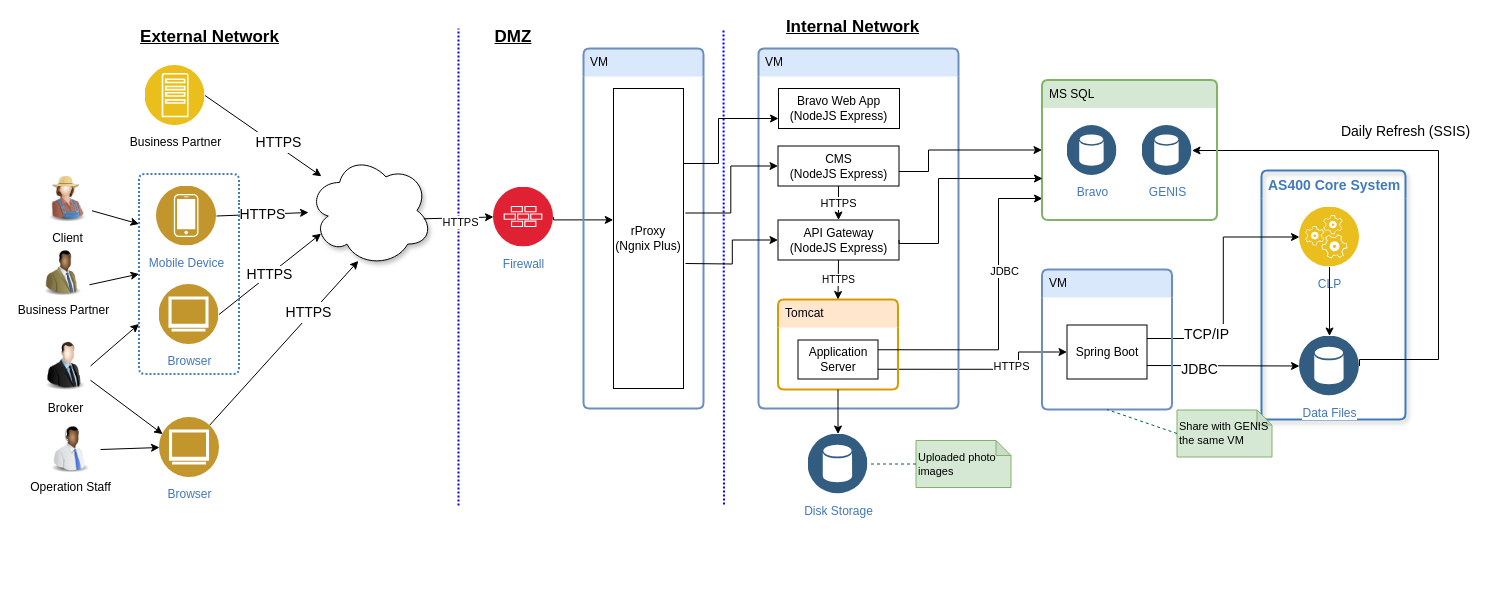
This is page "Physical Deployment" (2 of 2) of Bravo_Architecture (8).drawio from whalebig27/change-request-process-diagram, a draw.io file, before an edit. Source tidied: cells renumbered, new cells numbered last; positions are measured from the earlier drawing's top-left corner, leaving out a move shared by most shapes. Both pictures are drawn from the tidied source at 100%, with x=0, y=0 at pixel (36, 17).
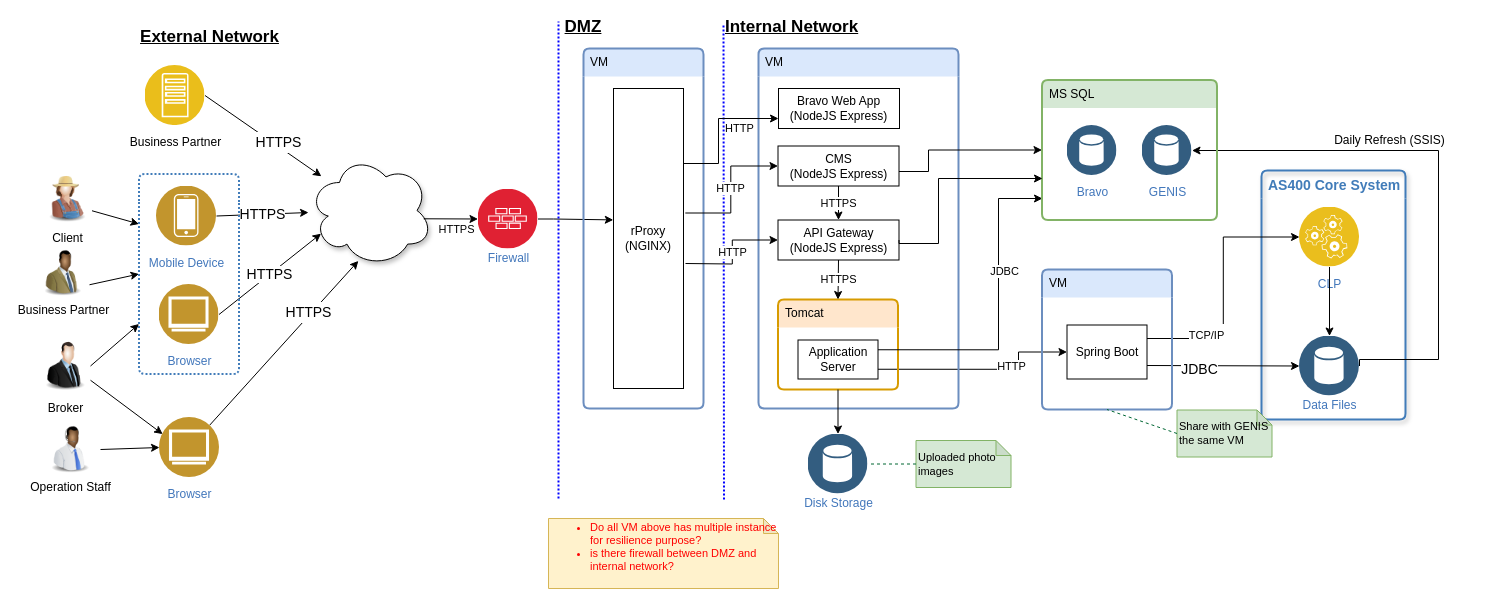
Above is the later version.

The change refers to these unchanged cells:
```xml
<mxCell id="12" value="&lt;b&gt;&lt;font style=&quot;font-size: 14px&quot;&gt;AS400 Core System&lt;/font&gt;&lt;/b&gt;" style="swimlane;fontStyle=0;horizontal=1;startSize=28;swimlaneLine=0;swimlaneFillColor=none;fillColor=none;rounded=1;whiteSpace=wrap;html=1;absoluteArcSize=1;arcSize=12;strokeColor=#417CB9;fontColor=#417CB9;verticalAlign=top;align=left;spacingLeft=5;dashed=0;strokeWidth=2;shadow=1;" parent="1" vertex="1">
  <mxGeometry x="1225" y="153" width="144" height="249" as="geometry" />
</mxCell>
<mxCell id="18" style="rounded=0;jettySize=auto;html=1;entryX=0;entryY=0.5;entryDx=0;entryDy=0;exitX=1;exitY=0.25;exitDx=0;exitDy=0;edgeStyle=orthogonalEdgeStyle;fontSize=11;" parent="1" edge="1" source="49" target="14">
  <mxGeometry relative="1" as="geometry" />
</mxCell>
<mxCell id="34" value="VM" style="swimlane;fontStyle=0;horizontal=1;startSize=28;swimlaneLine=0;swimlaneFillColor=none;fillColor=#dae8fc;rounded=1;whiteSpace=wrap;html=1;absoluteArcSize=1;arcSize=12;strokeColor=#6c8ebf;verticalAlign=top;align=left;spacingLeft=5;dashed=0;strokeWidth=2;" parent="1" vertex="1">
  <mxGeometry x="547" y="31" width="120" height="360" as="geometry" />
</mxCell>
<mxCell id="36" style="edgeStyle=orthogonalEdgeStyle;rounded=0;jettySize=auto;html=1;entryX=0;entryY=0.5;entryDx=0;entryDy=0;exitX=1;exitY=0.75;exitDx=0;exitDy=0;" parent="1" edge="1" source="41" target="49">
  <mxGeometry relative="1" as="geometry">
    <Array as="points">
      <mxPoint x="982" y="352" />
      <mxPoint x="982" y="335" />
    </Array>
  </mxGeometry>
</mxCell>
<mxCell id="38" value="VM" style="swimlane;fontStyle=0;horizontal=1;startSize=28;swimlaneLine=0;swimlaneFillColor=none;fillColor=#dae8fc;rounded=1;whiteSpace=wrap;html=1;absoluteArcSize=1;arcSize=12;strokeColor=#6c8ebf;verticalAlign=top;align=left;spacingLeft=5;dashed=0;strokeWidth=2;shadow=0;dashPattern=1 1;" parent="1" vertex="1">
  <mxGeometry x="722" y="31" width="200" height="360" as="geometry" />
</mxCell>
<mxCell id="39" value="&lt;span&gt;API Gateway&lt;/span&gt;&lt;br&gt;(NodeJS Express)&lt;br&gt;" style="rounded=0;whiteSpace=wrap;html=1;" parent="38" vertex="1">
  <mxGeometry x="19.5" y="171.5" width="121" height="40" as="geometry" />
</mxCell>
<mxCell id="40" value="Tomcat" style="swimlane;fontStyle=0;horizontal=1;startSize=28;swimlaneLine=0;swimlaneFillColor=none;fillColor=#ffe6cc;rounded=1;whiteSpace=wrap;html=1;absoluteArcSize=1;arcSize=12;strokeColor=#d79b00;verticalAlign=top;align=left;spacingLeft=5;dashed=0;strokeWidth=2;" parent="38" vertex="1">
  <mxGeometry x="19.5" y="251" width="120" height="90" as="geometry" />
</mxCell>
<mxCell id="45" value="CMS&lt;br&gt;(NodeJS Express)&lt;br&gt;" style="rounded=0;whiteSpace=wrap;html=1;" parent="38" vertex="1">
  <mxGeometry x="19.5" y="97.5" width="121" height="40" as="geometry" />
</mxCell>
<mxCell id="52" style="edgeStyle=orthogonalEdgeStyle;rounded=0;jettySize=auto;html=1;exitX=1;exitY=0.5;exitDx=0;exitDy=0;entryX=1;entryY=0.5;entryDx=0;entryDy=0;" parent="1" edge="1" source="13" target="62">
  <mxGeometry relative="1" as="geometry">
    <Array as="points">
      <mxPoint x="1402" y="342" />
      <mxPoint x="1402" y="133" />
    </Array>
  </mxGeometry>
</mxCell>
<mxCell id="55" style="rounded=0;jettySize=auto;html=1;entryX=0;entryY=0.5;entryDx=0;entryDy=0;exitX=0.929;exitY=0.574;exitDx=0;exitDy=0;exitPerimeter=0;" parent="1" edge="1" source="54" target="31">
  <mxGeometry relative="1" as="geometry" />
</mxCell>
```

The edit, as a diff of the source:
```diff
@@
-    <mxCell id="13" value="Data Files" style="perimeter=ellipsePerimeter;html=1;align=center;shadow=0;dashed=0;fontColor=#4277BB;labelBackgroundColor=#ffffff;fontSize=12;spacingTop=3;image;image=img/lib/ibm/data/data_services.svg;strokeColor=#0000CC;strokeWidth=1;" parent="12" vertex="1">
+    <mxCell id="13" value="Data Files" style="perimeter=ellipsePerimeter;html=1;align=center;shadow=0;dashed=0;fontColor=#4277BB;labelBackgroundColor=#ffffff;fontSize=12;spacingTop=-5;image;image=img/lib/ibm/data/data_services.svg;strokeColor=#0000CC;strokeWidth=1;" parent="12" vertex="1">
       <mxGeometry x="38" y="165.5" width="60" height="60" as="geometry" />
     </mxCell>
@@
-    <mxCell id="19" value="&lt;font style=&quot;font-size: 14px&quot;&gt;TCP/IP&lt;/font&gt;" style="text;html=1;align=center;verticalAlign=middle;labelBackgroundColor=#ffffff;fontSize=17;" parent="18" vertex="1">
+    <mxCell id="19" value="&lt;font style=&quot;font-size: 11px&quot;&gt;TCP/IP&lt;/font&gt;" style="text;html=1;align=center;verticalAlign=middle;labelBackgroundColor=#ffffff;fontSize=17;" parent="18" vertex="1">
       <mxGeometry x="-0.36" y="18" relative="1" as="geometry">
         <mxPoint x="1" as="offset" />
       </mxGeometry>
     </mxCell>
@@
-    <mxCell id="31" value="Firewall" style="perimeter=ellipsePerimeter;html=1;align=center;shadow=0;dashed=0;fontColor=#4277BB;labelBackgroundColor=#ffffff;fontSize=12;spacingTop=3;image;image=img/lib/ibm/security/firewall.svg;dashPattern=1 1;strokeColor=#0000CC;strokeWidth=2;" parent="1" vertex="1">
-      <mxGeometry x="457" y="169.5" width="60" height="60" as="geometry" />
+    <mxCell id="31" value="Firewall" style="perimeter=ellipsePerimeter;html=1;align=center;shadow=0;dashed=0;fontColor=#4277BB;labelBackgroundColor=#ffffff;fontSize=12;spacingTop=-5;image;image=img/lib/ibm/security/firewall.svg;dashPattern=1 1;strokeColor=#0000CC;strokeWidth=2;" parent="1" vertex="1">
+      <mxGeometry x="441.5" y="171.5" width="60" height="60" as="geometry" />
     </mxCell>
     <mxCell id="32" style="endArrow=none;dashed=1;html=1;strokeWidth=2;dashPattern=1 1;strokeColor=#0000FF;" parent="1" edge="1">
       <mxGeometry relative="1" as="geometry">
-        <mxPoint x="422" y="488" as="sourcePoint" />
-        <mxPoint x="422" y="11" as="targetPoint" />
+        <mxPoint x="522" y="481" as="sourcePoint" />
+        <mxPoint x="522" y="4" as="targetPoint" />
       </mxGeometry>
     </mxCell>
     <mxCell id="33" style="endArrow=none;dashed=1;html=1;strokeWidth=2;dashPattern=1 1;strokeColor=#0000FF;" parent="1" edge="1">
       <mxGeometry relative="1" as="geometry">
-        <mxPoint x="687.5" y="487" as="sourcePoint" />
-        <mxPoint x="687" y="11" as="targetPoint" />
+        <mxPoint x="687.5" y="482" as="sourcePoint" />
+        <mxPoint x="687" y="6" as="targetPoint" />
       </mxGeometry>
     </mxCell>
@@
-    <mxCell id="35" value="&lt;span&gt;rProxy&lt;/span&gt;&lt;br&gt;&lt;span&gt;(Ngnix Plus)&lt;/span&gt;" style="rounded=0;whiteSpace=wrap;html=1;" parent="34" vertex="1">
+    <mxCell id="35" value="&lt;span&gt;rProxy&lt;/span&gt;&lt;br&gt;&lt;span&gt;(NGINX)&lt;/span&gt;" style="rounded=0;whiteSpace=wrap;html=1;" parent="34" vertex="1">
       <mxGeometry x="30" y="40" width="70" height="300" as="geometry" />
     </mxCell>
@@
-    <mxCell id="37" value="&lt;font style=&quot;font-size: 11px;&quot;&gt;HTTPS&lt;/font&gt;" style="text;html=1;align=center;verticalAlign=middle;labelBackgroundColor=#ffffff;fontSize=11;" parent="36" vertex="1">
+    <mxCell id="37" value="&lt;font style=&quot;font-size: 11px&quot;&gt;HTTP&lt;/font&gt;" style="text;html=1;align=center;verticalAlign=middle;labelBackgroundColor=#ffffff;fontSize=11;" parent="36" vertex="1">
       <mxGeometry x="0.28" y="3" relative="1" as="geometry">
         <mxPoint x="1" as="offset" />
       </mxGeometry>
     </mxCell>
@@
-    <mxCell id="42" value="&lt;font style=&quot;font-size: 10px;&quot;&gt;HTTPS&lt;/font&gt;" style="edgeStyle=orthogonalEdgeStyle;rounded=0;jettySize=auto;html=1;entryX=0.5;entryY=0;entryDx=0;entryDy=0;exitX=0.5;exitY=1;exitDx=0;exitDy=0;fontSize=10;" parent="38" edge="1" source="39" target="40">
+    <mxCell id="42" value="&lt;font style=&quot;font-size: 11px;&quot;&gt;HTTPS&lt;/font&gt;" style="edgeStyle=orthogonalEdgeStyle;rounded=0;jettySize=auto;html=1;entryX=0.5;entryY=0;entryDx=0;entryDy=0;exitX=0.5;exitY=1;exitDx=0;exitDy=0;fontSize=11;" parent="38" edge="1" source="39" target="40">
       <mxGeometry relative="1" as="geometry" />
     </mxCell>
@@
     <mxCell id="46" value="&lt;font style=&quot;font-size: 17px;&quot;&gt;DMZ&lt;/font&gt;" style="text;html=1;strokeColor=none;fillColor=none;align=center;verticalAlign=middle;whiteSpace=wrap;rounded=0;fontSize=17;fontStyle=5;" parent="1" vertex="1">
-      <mxGeometry x="457" y="10" width="40" height="20" as="geometry" />
+      <mxGeometry x="527" width="40" height="20" as="geometry" />
     </mxCell>
-    <mxCell id="47" value="&lt;font style=&quot;font-size: 17px;&quot;&gt;Internal Network&lt;/font&gt;" style="text;html=1;strokeColor=none;fillColor=none;align=center;verticalAlign=middle;whiteSpace=wrap;rounded=0;fontSize=17;fontStyle=5;" parent="1" vertex="1">
-      <mxGeometry x="712" width="209" height="20" as="geometry" />
+    <mxCell id="47" value="&lt;font style=&quot;font-size: 17px;&quot;&gt;Internal Network&lt;/font&gt;" style="text;html=1;strokeColor=none;fillColor=none;align=left;verticalAlign=middle;whiteSpace=wrap;rounded=0;fontSize=17;fontStyle=5;" parent="1" vertex="1">
+      <mxGeometry x="687" width="165" height="20" as="geometry" />
     </mxCell>
@@
-    <mxCell id="53" value="&lt;font style=&quot;font-size: 14px&quot;&gt;Daily Refresh (SSIS)&lt;/font&gt;" style="text;html=1;align=center;verticalAlign=middle;labelBackgroundColor=#ffffff;fontSize=17;" parent="52" vertex="1">
+    <mxCell id="53" value="&lt;font style=&quot;font-size: 12px;&quot;&gt;Daily Refresh (SSIS)&lt;/font&gt;" style="text;html=1;align=center;verticalAlign=middle;labelBackgroundColor=#ffffff;fontSize=12;" parent="52" vertex="1">
       <mxGeometry x="0.69" y="-3" relative="1" as="geometry">
-        <mxPoint x="129" y="-17" as="offset" />
+        <mxPoint x="113" y="-8" as="offset" />
       </mxGeometry>
     </mxCell>
@@
     <mxCell id="56" value="&lt;font style=&quot;font-size: 11px;&quot;&gt;HTTPS&lt;/font&gt;" style="text;html=1;align=center;verticalAlign=middle;labelBackgroundColor=#ffffff;fontSize=11;" parent="55" vertex="1">
       <mxGeometry x="-0.55" y="-2" relative="1" as="geometry">
-        <mxPoint x="20" y="2" as="offset" />
+        <mxPoint x="20" y="8" as="offset" />
       </mxGeometry>
     </mxCell>
@@
-    <mxCell id="58" value="Disk Storage" style="perimeter=ellipsePerimeter;html=1;align=center;shadow=0;dashed=0;fontColor=#4277BB;labelBackgroundColor=#ffffff;fontSize=12;spacingTop=3;image;image=img/lib/ibm/data/data_services.svg;" parent="1" vertex="1">
+    <mxCell id="58" value="Disk Storage" style="perimeter=ellipsePerimeter;html=1;align=center;shadow=0;dashed=0;fontColor=#4277BB;labelBackgroundColor=#ffffff;fontSize=12;spacingTop=-5;image;image=img/lib/ibm/data/data_services.svg;" parent="1" vertex="1">
       <mxGeometry x="771.5" y="416.5" width="60" height="60" as="geometry" />
     </mxCell>
@@
-    <mxCell id="68" style="endArrow=classic;html=1;entryX=0;entryY=0.5;entryDx=0;entryDy=0;rounded=0;edgeStyle=orthogonalEdgeStyle;" parent="1" edge="1" target="39">
+    <mxCell id="68" value="HTTP" style="endArrow=classic;html=1;entryX=0;entryY=0.5;entryDx=0;entryDy=0;rounded=0;edgeStyle=orthogonalEdgeStyle;" parent="1" edge="1" target="39">
       <mxGeometry relative="1" as="geometry">
         <mxPoint x="649" y="246" as="sourcePoint" />
       </mxGeometry>
     </mxCell>
-    <mxCell id="69" style="endArrow=classic;html=1;entryX=0;entryY=0.5;entryDx=0;entryDy=0;edgeStyle=orthogonalEdgeStyle;rounded=0;exitX=1.026;exitY=0.415;exitDx=0;exitDy=0;exitPerimeter=0;" parent="1" edge="1" source="35" target="45">
+    <mxCell id="69" value="HTTP" style="endArrow=classic;html=1;entryX=0;entryY=0.5;entryDx=0;entryDy=0;edgeStyle=orthogonalEdgeStyle;rounded=0;exitX=1.026;exitY=0.415;exitDx=0;exitDy=0;exitPerimeter=0;" parent="1" edge="1" source="35" target="45">
       <mxGeometry relative="1" as="geometry" />
     </mxCell>
@@
+    <mxCell id="72" value="HTTP" style="text;html=1;align=left;verticalAlign=top;spacingTop=-4;fontSize=11;" parent="1" vertex="1">
+      <mxGeometry x="687" y="102" width="50" height="20" as="geometry" />
+    </mxCell>
+    <mxCell id="73" value="&lt;ul&gt;&lt;li&gt;Do all VM above has multiple instance for resilience purpose?&lt;/li&gt;&lt;li&gt;is there firewall between DMZ and internal network?&lt;/li&gt;&lt;/ul&gt;&lt;br&gt;" style="shape=note;whiteSpace=wrap;html=1;backgroundOutline=1;darkOpacity=0.05;size=15;fillColor=#fff2cc;strokeColor=#d6b656;fontSize=11;align=left;fontColor=#FF0000;" parent="1" vertex="1">
+      <mxGeometry x="512" y="501" width="230" height="70" as="geometry" />
+    </mxCell>
```
